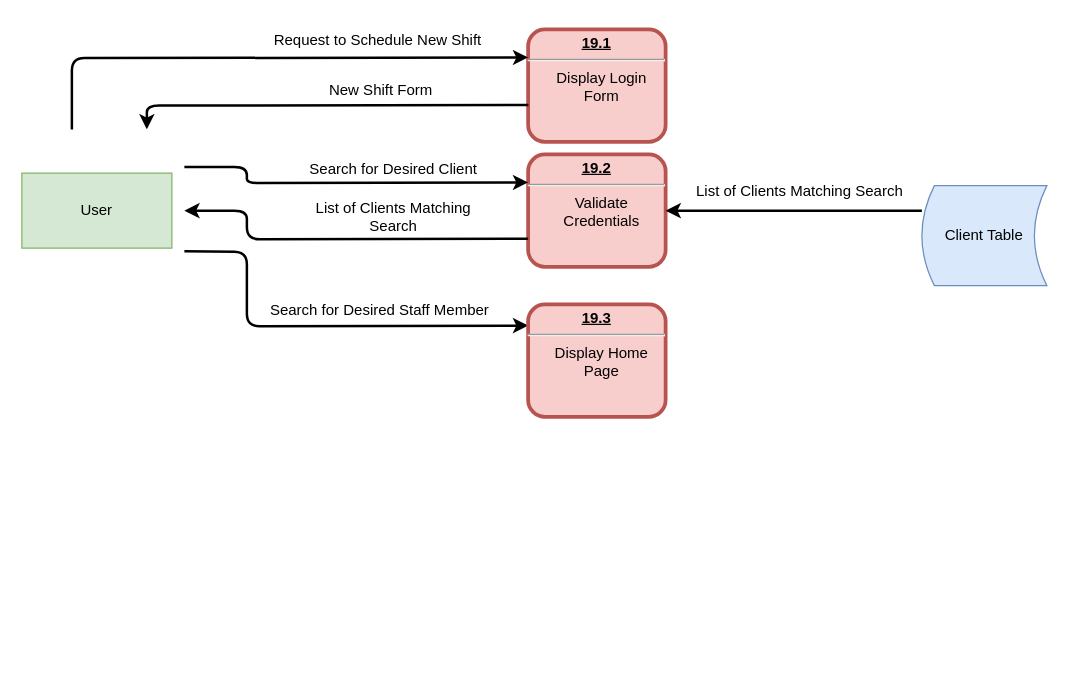
Earlier version of the draw.io diagram page "19: Login" (20 of 20) of Diagrams/DFD/Level 1 DFDs.drawio (Harlento/SchedulingSystem). Source tidied: cells renumbered, new cells numbered last; positions are measured from the earlier drawing's top-left corner, leaving out a move shared by most shapes. Both pictures are drawn from the tidied source at 125%, with x=0, y=0 at pixel (21, 21).
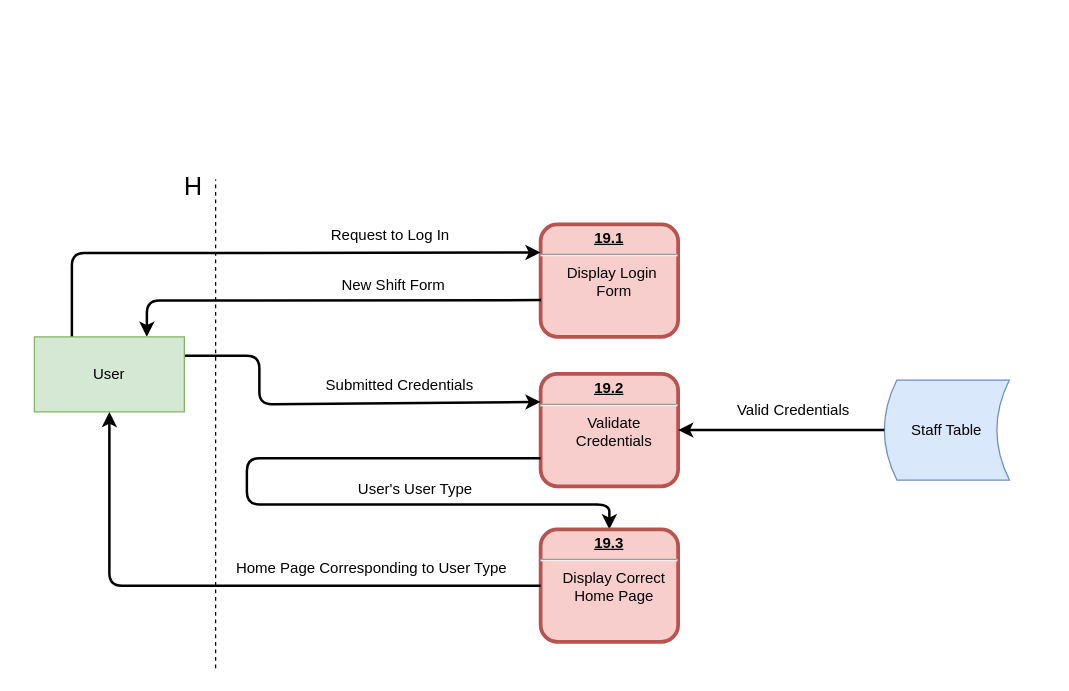
The same page after the edit.

Diff of the diagram source:
```diff
@@
-    <mxCell id="2" value="&lt;p style=&quot;margin: 0px ; margin-top: 4px ; text-align: center ; text-decoration: underline&quot;&gt;19.1&lt;/p&gt;&lt;hr&gt;&lt;p style=&quot;margin: 0px ; margin-left: 8px&quot;&gt;&lt;span style=&quot;font-weight: 400 ; white-space: normal&quot;&gt;Display Login Form&lt;/span&gt;&lt;/p&gt;" style="verticalAlign=middle;align=center;overflow=fill;fontSize=12;fontFamily=Helvetica;html=1;rounded=1;fontStyle=1;strokeWidth=3;fillColor=#f8cecc;strokeColor=#b85450;" parent="1" vertex="1">
-      <mxGeometry x="405" y="6" width="110" height="90" as="geometry" />
+    <mxCell id="2" value="&lt;p style=&quot;margin: 0px ; margin-top: 4px ; text-align: center ; text-decoration: underline&quot;&gt;19.1&lt;/p&gt;&lt;hr&gt;&lt;p style=&quot;margin: 0px ; margin-left: 8px&quot;&gt;&lt;span style=&quot;font-weight: 400 ; white-space: normal&quot;&gt;Display Login&amp;nbsp; Form&lt;/span&gt;&lt;/p&gt;" style="verticalAlign=middle;align=center;overflow=fill;fontSize=12;fontFamily=Helvetica;html=1;rounded=1;fontStyle=1;strokeWidth=3;fillColor=#f8cecc;strokeColor=#b85450;" parent="1" vertex="1">
+      <mxGeometry x="415" y="162" width="110" height="90" as="geometry" />
     </mxCell>
-    <mxCell id="3" style="endArrow=classic;html=1;strokeWidth=2;entryX=0;entryY=0.25;entryDx=0;entryDy=0;exitX=0.25;exitY=0;exitDx=0;exitDy=0;" parent="1" edge="1" target="2">
+    <mxCell id="3" style="endArrow=classic;html=1;strokeWidth=2;entryX=0;entryY=0.25;entryDx=0;entryDy=0;exitX=0.25;exitY=0;exitDx=0;exitDy=0;" parent="1" edge="1" source="17" target="2">
       <mxGeometry relative="1" as="geometry">
-        <mxPoint x="40" y="86" as="sourcePoint" />
         <Array as="points">
-          <mxPoint x="40" y="29" />
+          <mxPoint x="40" y="185" />
         </Array>
       </mxGeometry>
     </mxCell>
-    <mxCell id="4" value="Request to Schedule New Shift" style="text;html=1;strokeColor=none;fillColor=none;align=center;verticalAlign=middle;whiteSpace=wrap;rounded=0;" parent="1" vertex="1">
-      <mxGeometry x="200" width="170" height="30" as="geometry" />
+    <mxCell id="4" value="Request to Log In" style="text;html=1;strokeColor=none;fillColor=none;align=center;verticalAlign=middle;whiteSpace=wrap;rounded=0;" parent="1" vertex="1">
+      <mxGeometry x="210" y="156" width="170" height="30" as="geometry" />
     </mxCell>
     <mxCell id="5" value="New Shift Form" style="text;html=1;strokeColor=none;fillColor=none;align=center;verticalAlign=middle;whiteSpace=wrap;rounded=0;" parent="1" vertex="1">
-      <mxGeometry x="210" y="40" width="155" height="30" as="geometry" />
+      <mxGeometry x="220" y="196" width="155" height="30" as="geometry" />
     </mxCell>
-    <mxCell id="6" style="endArrow=classic;html=1;strokeWidth=2;exitX=0.002;exitY=0.673;exitDx=0;exitDy=0;entryX=0.75;entryY=0;entryDx=0;entryDy=0;exitPerimeter=0;" parent="1" edge="1" source="2">
+    <mxCell id="6" style="endArrow=classic;html=1;strokeWidth=2;exitX=0.002;exitY=0.673;exitDx=0;exitDy=0;entryX=0.75;entryY=0;entryDx=0;entryDy=0;exitPerimeter=0;" parent="1" edge="1" source="2" target="17">
       <mxGeometry relative="1" as="geometry">
-        <mxPoint x="100" y="86" as="targetPoint" />
         <Array as="points">
-          <mxPoint x="100" y="67" />
+          <mxPoint x="100" y="223" />
         </Array>
       </mxGeometry>
     </mxCell>
-    <mxCell id="7" value="Client Table" style="shape=dataStorage;whiteSpace=wrap;html=1;fillColor=#dae8fc;strokeColor=#6c8ebf;" parent="1" vertex="1">
-      <mxGeometry x="720" y="131" width="100" height="80" as="geometry" />
+    <mxCell id="7" value="Staff Table" style="shape=dataStorage;whiteSpace=wrap;html=1;fillColor=#dae8fc;strokeColor=#6c8ebf;" parent="1" vertex="1">
+      <mxGeometry x="690" y="286.5" width="100" height="80" as="geometry" />
     </mxCell>
     <mxCell id="8" value="&lt;p style=&quot;margin: 0px ; margin-top: 4px ; text-align: center ; text-decoration: underline&quot;&gt;19.2&lt;/p&gt;&lt;hr&gt;&lt;p style=&quot;margin: 0px ; margin-left: 8px&quot;&gt;&lt;span style=&quot;font-weight: 400 ; white-space: normal&quot;&gt;Validate Credentials&lt;/span&gt;&lt;/p&gt;" style="verticalAlign=middle;align=center;overflow=fill;fontSize=12;fontFamily=Helvetica;html=1;rounded=1;fontStyle=1;strokeWidth=3;fillColor=#f8cecc;strokeColor=#b85450;" parent="1" vertex="1">
-      <mxGeometry x="405" y="106" width="110" height="90" as="geometry" />
+      <mxGeometry x="415" y="281.5" width="110" height="90" as="geometry" />
     </mxCell>
-    <mxCell id="9" style="endArrow=classic;html=1;strokeWidth=2;entryX=1;entryY=0.5;entryDx=0;entryDy=0;exitX=0;exitY=0.25;exitDx=0;exitDy=0;" parent="1" edge="1" source="7" target="8">
+    <mxCell id="9" style="endArrow=classic;html=1;strokeWidth=2;entryX=1;entryY=0.5;entryDx=0;entryDy=0;exitX=0;exitY=0.5;exitDx=0;exitDy=0;" parent="1" edge="1" source="7" target="8">
       <mxGeometry relative="1" as="geometry" />
     </mxCell>
-    <mxCell id="10" style="endArrow=classic;html=1;strokeWidth=2;entryX=0;entryY=0.25;entryDx=0;entryDy=0;" parent="1" edge="1" target="8">
+    <mxCell id="10" style="endArrow=classic;html=1;strokeWidth=2;entryX=0;entryY=0.25;entryDx=0;entryDy=0;exitX=1;exitY=0.25;exitDx=0;exitDy=0;" parent="1" edge="1" source="17" target="8">
       <mxGeometry relative="1" as="geometry">
-        <mxPoint x="130" y="116" as="sourcePoint" />
         <Array as="points">
-          <mxPoint x="180" y="116" />
-          <mxPoint x="180" y="129" />
+          <mxPoint x="190" y="267" />
+          <mxPoint x="190" y="306" />
         </Array>
       </mxGeometry>
     </mxCell>
-    <mxCell id="11" value="List of Clients Matching Search" style="text;html=1;strokeColor=none;fillColor=none;align=center;verticalAlign=middle;whiteSpace=wrap;rounded=0;" parent="1" vertex="1">
-      <mxGeometry x="535" y="126" width="175" height="20" as="geometry" />
-    </mxCell>
-    <mxCell id="12" value="Search for Desired Client" style="text;html=1;strokeColor=none;fillColor=none;align=center;verticalAlign=middle;whiteSpace=wrap;rounded=0;" parent="1" vertex="1">
-      <mxGeometry x="220" y="103" width="155" height="30" as="geometry" />
+    <mxCell id="12" value="Submitted Credentials" style="text;html=1;strokeColor=none;fillColor=none;align=center;verticalAlign=middle;whiteSpace=wrap;rounded=0;" parent="1" vertex="1">
+      <mxGeometry x="225" y="276" width="155" height="30" as="geometry" />
     </mxCell>
-    <mxCell id="13" style="endArrow=classic;html=1;strokeWidth=2;exitX=0;exitY=0.75;exitDx=0;exitDy=0;entryX=1;entryY=0.5;entryDx=0;entryDy=0;" parent="1" edge="1" source="8">
+    <mxCell id="13" style="endArrow=classic;html=1;strokeWidth=2;exitX=0;exitY=0.75;exitDx=0;exitDy=0;entryX=0.5;entryY=0;entryDx=0;entryDy=0;" parent="1" edge="1" source="8" target="18">
       <mxGeometry relative="1" as="geometry">
-        <mxPoint x="130" y="151" as="targetPoint" />
         <Array as="points">
-          <mxPoint x="180" y="174" />
-          <mxPoint x="180" y="151" />
+          <mxPoint x="180" y="349" />
+          <mxPoint x="180" y="386" />
+          <mxPoint x="470" y="386" />
+          <mxPoint x="470" y="406" />
         </Array>
       </mxGeometry>
     </mxCell>
-    <mxCell id="14" value="List of Clients Matching Search" style="text;html=1;strokeColor=none;fillColor=none;align=center;verticalAlign=middle;whiteSpace=wrap;rounded=0;" parent="1" vertex="1">
-      <mxGeometry x="230" y="146" width="135" height="20" as="geometry" />
+    <mxCell id="14" value="User's User Type" style="text;html=1;strokeColor=none;fillColor=none;align=center;verticalAlign=middle;whiteSpace=wrap;rounded=0;" parent="1" vertex="1">
+      <mxGeometry x="225" y="363.5" width="180" height="20" as="geometry" />
     </mxCell>
-    <mxCell id="15" style="endArrow=classic;html=1;strokeWidth=2;entryX=0;entryY=0.25;entryDx=0;entryDy=0;exitX=1;exitY=0.75;exitDx=0;exitDy=0;" parent="1" edge="1">
-      <mxGeometry relative="1" as="geometry">
-        <mxPoint x="130" y="183.5" as="sourcePoint" />
-        <mxPoint x="405" y="243" as="targetPoint" />
-        <Array as="points">
-          <mxPoint x="180" y="184" />
-          <mxPoint x="180" y="243.5" />
-        </Array>
-      </mxGeometry>
-    </mxCell>
-    <mxCell id="16" value="Search for Desired Staff Member" style="text;html=1;strokeColor=none;fillColor=none;align=center;verticalAlign=middle;whiteSpace=wrap;rounded=0;" parent="1" vertex="1">
-      <mxGeometry x="194" y="215.5" width="185" height="30" as="geometry" />
+    <mxCell id="16" value="Valid Credentials" style="text;html=1;strokeColor=none;fillColor=none;align=center;verticalAlign=middle;whiteSpace=wrap;rounded=0;" parent="1" vertex="1">
+      <mxGeometry x="525" y="296" width="185" height="30" as="geometry" />
     </mxCell>
     <mxCell id="17" value="User" style="rounded=0;whiteSpace=wrap;html=1;fillColor=#d5e8d4;strokeColor=#82b366;" parent="1" vertex="1">
-      <mxGeometry y="121" width="120" height="60" as="geometry" />
+      <mxGeometry x="10" y="252" width="120" height="60" as="geometry" />
     </mxCell>
-    <mxCell id="18" value="&lt;p style=&quot;margin: 0px ; margin-top: 4px ; text-align: center ; text-decoration: underline&quot;&gt;19.3&lt;/p&gt;&lt;hr&gt;&lt;p style=&quot;margin: 0px ; margin-left: 8px&quot;&gt;&lt;span style=&quot;font-weight: 400 ; white-space: normal&quot;&gt;Display Home Page&lt;/span&gt;&lt;/p&gt;" style="verticalAlign=middle;align=center;overflow=fill;fontSize=12;fontFamily=Helvetica;html=1;rounded=1;fontStyle=1;strokeWidth=3;fillColor=#f8cecc;strokeColor=#b85450;" parent="1" vertex="1">
-      <mxGeometry x="405" y="226" width="110" height="90" as="geometry" />
+    <mxCell id="18" value="&lt;p style=&quot;margin: 0px ; margin-top: 4px ; text-align: center ; text-decoration: underline&quot;&gt;19.3&lt;/p&gt;&lt;hr&gt;&lt;p style=&quot;margin: 0px ; margin-left: 8px&quot;&gt;&lt;span style=&quot;font-weight: 400 ; white-space: normal&quot;&gt;Display Correct Home Page&lt;/span&gt;&lt;/p&gt;" style="verticalAlign=middle;align=center;overflow=fill;fontSize=12;fontFamily=Helvetica;html=1;rounded=1;fontStyle=1;strokeWidth=3;fillColor=#f8cecc;strokeColor=#b85450;" parent="1" vertex="1">
+      <mxGeometry x="415" y="406" width="110" height="90" as="geometry" />
     </mxCell>
+    <mxCell id="19" style="endArrow=none;dashed=1;html=1;" parent="1" edge="1">
+      <mxGeometry relative="1" as="geometry">
+        <mxPoint x="155" y="517" as="sourcePoint" />
+        <mxPoint x="155" y="126" as="targetPoint" />
+      </mxGeometry>
+    </mxCell>
+    <mxCell id="20" value="&lt;font style=&quot;font-size: 20px&quot;&gt;H&lt;/font&gt;" style="text;html=1;strokeColor=none;fillColor=none;align=center;verticalAlign=middle;whiteSpace=wrap;rounded=0;" parent="1" vertex="1">
+      <mxGeometry x="120" y="116" width="35" height="30" as="geometry" />
+    </mxCell>
+    <mxCell id="21" style="endArrow=classic;html=1;strokeWidth=2;entryX=0.5;entryY=1;entryDx=0;entryDy=0;exitX=0;exitY=0.5;exitDx=0;exitDy=0;" parent="1" edge="1" source="18" target="17">
+      <mxGeometry relative="1" as="geometry">
+        <Array as="points">
+          <mxPoint x="70" y="451" />
+        </Array>
+      </mxGeometry>
+    </mxCell>
+    <mxCell id="22" value="Home Page Corresponding to User Type" style="text;html=1;strokeColor=none;fillColor=none;align=center;verticalAlign=middle;whiteSpace=wrap;rounded=0;" parent="1" vertex="1">
+      <mxGeometry x="170" y="422" width="220" height="30" as="geometry" />
+    </mxCell>
```
